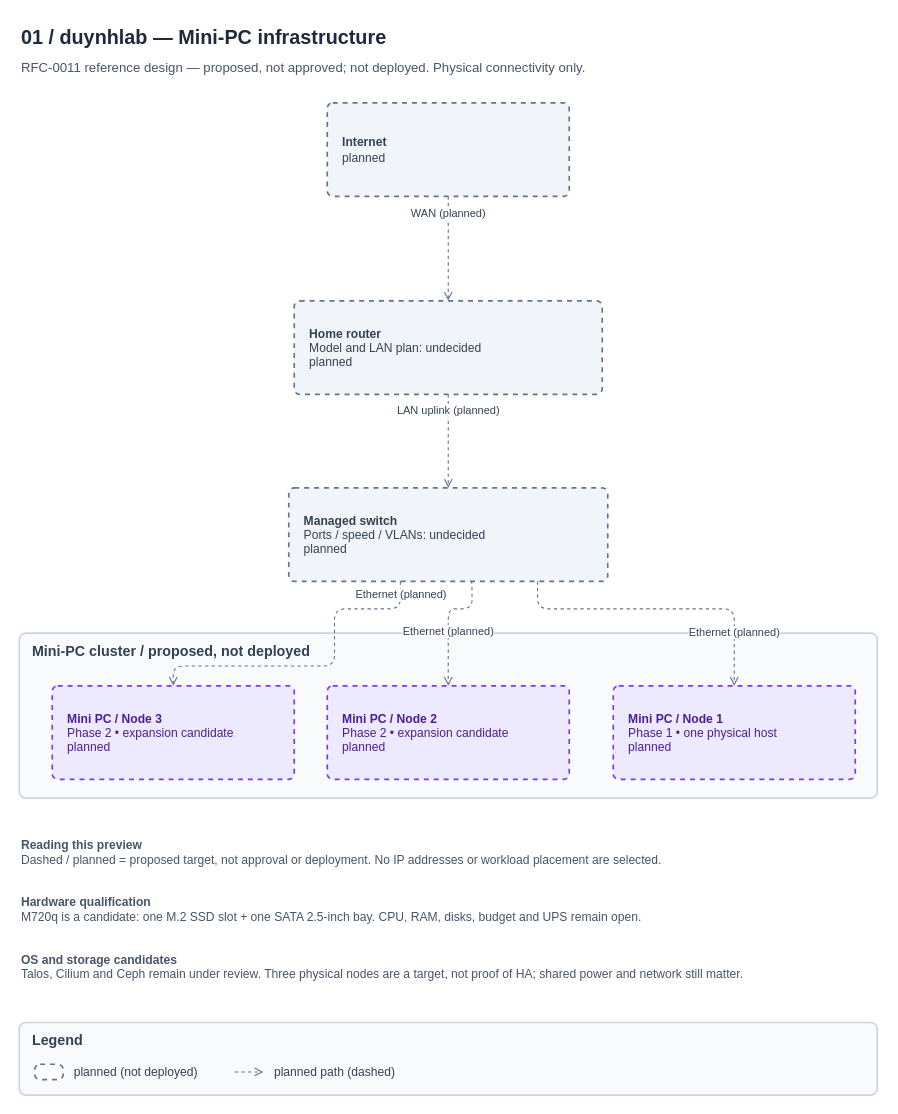
Earlier version of the draw.io diagram docs/architecture/platform/rfc0011-infrastructure.drawio (duynhlab/homelab). Source tidied: cells renumbered, new cells numbered last; positions are measured from the earlier drawing's top-left corner, leaving out a move shared by most shapes. Both pictures are drawn from the tidied source at 110%, with x=0, y=0 at pixel (19, 19).
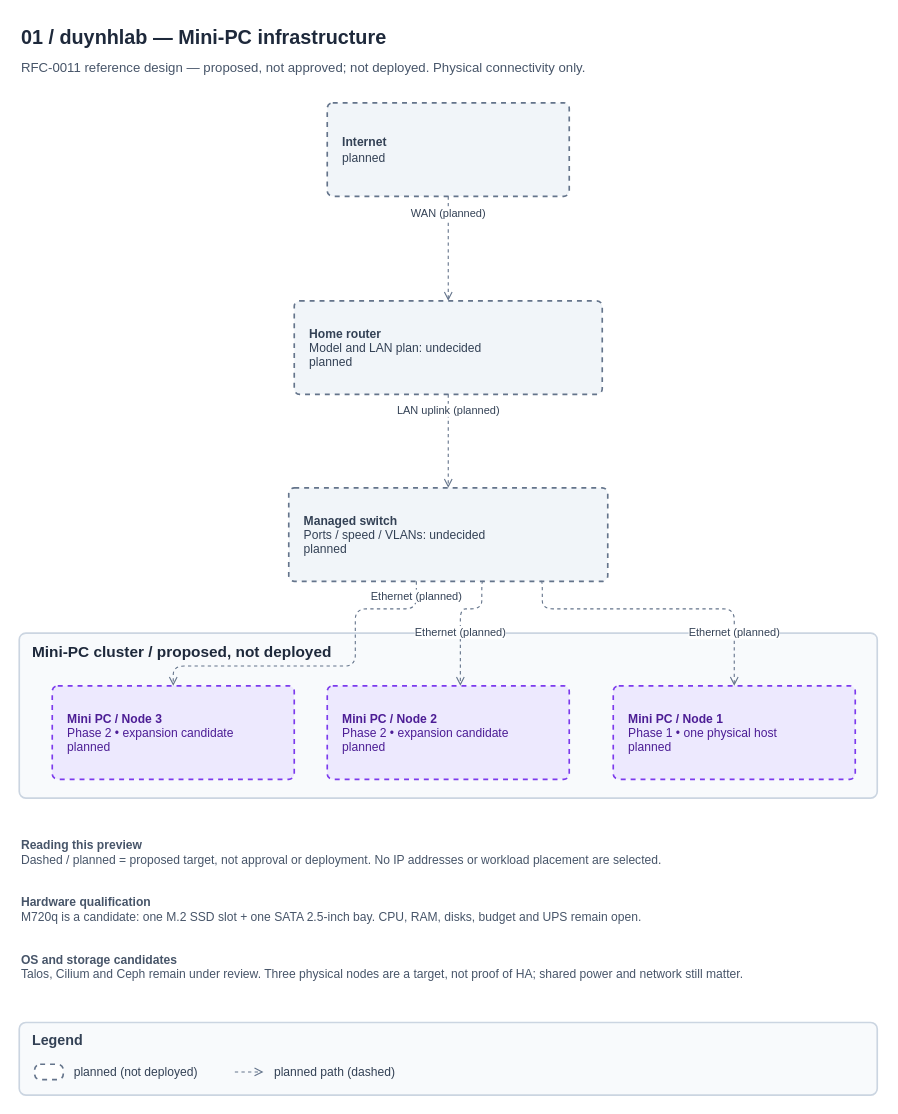
After the change.

The change refers to these unchanged cells:
```xml
<mxCell id="7" value="&lt;b&gt;Managed switch&lt;/b&gt;&lt;br&gt;Ports / speed / VLANs: undecided&lt;br&gt;planned" style="rounded=1;dashed=1;absoluteArcSize=1;arcSize=10;shadow=0;whiteSpace=wrap;html=1;align=left;spacingLeft=12;fillColor=#F1F5F9;strokeColor=#64748B;strokeWidth=1.5;fontColor=#334155;fontFamily=Helvetica;fontSize=11;" parent="1" vertex="1">
  <mxGeometry x="245" y="426" width="290" height="85" as="geometry" />
</mxCell>
<mxCell id="8" value="&lt;b&gt;Mini PC / Node 1&lt;/b&gt;&lt;br&gt;Phase 1 • one physical host&lt;br&gt;planned" style="rounded=1;dashed=1;absoluteArcSize=1;arcSize=10;shadow=0;whiteSpace=wrap;html=1;align=left;spacingLeft=12;fillColor=#EDE9FE;strokeColor=#7C3AED;strokeWidth=1.5;fontColor=#4C1D95;fontFamily=Helvetica;fontSize=11;" parent="4" vertex="1">
  <mxGeometry x="540" y="48" width="220" height="85" as="geometry" />
</mxCell>
<mxCell id="9" value="&lt;b&gt;Mini PC / Node 2&lt;/b&gt;&lt;br&gt;Phase 2 • expansion candidate&lt;br&gt;planned" style="rounded=1;dashed=1;absoluteArcSize=1;arcSize=10;shadow=0;whiteSpace=wrap;html=1;align=left;spacingLeft=12;fillColor=#EDE9FE;strokeColor=#7C3AED;strokeWidth=1.5;fontColor=#4C1D95;fontFamily=Helvetica;fontSize=11;" parent="4" vertex="1">
  <mxGeometry x="280" y="48" width="220" height="85" as="geometry" />
</mxCell>
<mxCell id="10" value="&lt;b&gt;Mini PC / Node 3&lt;/b&gt;&lt;br&gt;Phase 2 • expansion candidate&lt;br&gt;planned" style="rounded=1;dashed=1;absoluteArcSize=1;arcSize=10;shadow=0;whiteSpace=wrap;html=1;align=left;spacingLeft=12;fillColor=#EDE9FE;strokeColor=#7C3AED;strokeWidth=1.5;fontColor=#4C1D95;fontFamily=Helvetica;fontSize=11;" parent="4" vertex="1">
  <mxGeometry x="30" y="48" width="220" height="85" as="geometry" />
</mxCell>
```

Change to the diagram source:
```diff
@@
-    <mxCell id="4" value="Mini-PC cluster / proposed, not deployed" style="rounded=1;absoluteArcSize=1;arcSize=12;verticalAlign=top;html=1;fillColor=#F8FAFC;strokeColor=#CBD5E1;strokeWidth=1.5;fontColor=#334155;fontFamily=Helvetica;fontSize=13;fontStyle=1;align=left;spacingLeft=10;spacingTop=2;" parent="1" vertex="1">
+    <mxCell id="4" value="Mini-PC cluster / proposed, not deployed" style="rounded=1;absoluteArcSize=1;arcSize=12;verticalAlign=top;html=1;fillColor=#F8FAFC;strokeColor=#CBD5E1;strokeWidth=1.5;fontColor=#1E293B;fontFamily=Helvetica;fontSize=14;fontStyle=1;align=left;spacingLeft=10;spacingTop=2;" parent="1" vertex="1">
       <mxGeometry y="558" width="780" height="150" as="geometry" />
     </mxCell>
@@
-    <mxCell id="13" value="Ethernet (planned)" style="edgeStyle=orthogonalEdgeStyle;rounded=1;html=1;strokeColor=#64748B;strokeWidth=1;endArrow=open;dashed=1;fontFamily=Helvetica;fontSize=10;fontColor=#334155;labelBackgroundColor=#FFFFFF;endSize=6;exitX=0.78;exitY=1;exitDx=0;exitDy=0;entryX=0.5;entryY=0;entryDx=0;entryDy=0;" parent="1" edge="1" source="7" target="8">
+    <mxCell id="13" value="Ethernet (planned)" style="edgeStyle=orthogonalEdgeStyle;rounded=1;html=1;strokeColor=#64748B;strokeWidth=1;endArrow=open;dashed=1;fontFamily=Helvetica;fontSize=10;fontColor=#334155;labelBackgroundColor=#FFFFFF;endSize=6;exitX=0.79;exitY=1;exitDx=0;exitDy=0;entryX=0.5;entryY=0;entryDx=0;entryDy=0;" parent="1" edge="1" source="7" target="8">
       <mxGeometry x="0.64" relative="1" as="geometry">
         <Array as="points">
-          <mxPoint x="471.6" y="536" />
+          <mxPoint x="475.5" y="536" />
           <mxPoint x="650" y="536" />
         </Array>
       </mxGeometry>
     </mxCell>
-    <mxCell id="14" value="Ethernet (planned)" style="edgeStyle=orthogonalEdgeStyle;rounded=1;html=1;strokeColor=#64748B;strokeWidth=1;endArrow=open;dashed=1;fontFamily=Helvetica;fontSize=10;fontColor=#334155;labelBackgroundColor=#FFFFFF;endSize=6;exitX=0.57;exitY=1;exitDx=0;exitDy=0;entryX=0.5;entryY=0;entryDx=0;entryDy=0;" parent="1" edge="1" source="7" target="9">
-      <mxGeometry x="0.16" relative="1" as="geometry">
+    <mxCell id="14" value="Ethernet (planned)" style="edgeStyle=orthogonalEdgeStyle;rounded=1;html=1;strokeColor=#64748B;strokeWidth=1;endArrow=open;dashed=1;fontFamily=Helvetica;fontSize=10;fontColor=#334155;labelBackgroundColor=#FFFFFF;endSize=6;exitX=0.61;exitY=1;exitDx=0;exitDy=0;entryX=0.55;entryY=0;entryDx=0;entryDy=0;" parent="1" edge="1" source="7" target="9">
+      <mxGeometry x="0.15" relative="1" as="geometry">
         <Array as="points">
-          <mxPoint x="411.6" y="536" />
-          <mxPoint x="390" y="536" />
+          <mxPoint x="420.5" y="536" />
+          <mxPoint x="400.5" y="536" />
         </Array>
       </mxGeometry>
     </mxCell>
-    <mxCell id="15" value="Ethernet (planned)" style="edgeStyle=orthogonalEdgeStyle;rounded=1;html=1;strokeColor=#64748B;strokeWidth=1;endArrow=open;dashed=1;fontFamily=Helvetica;fontSize=10;fontColor=#334155;labelBackgroundColor=#FFFFFF;endSize=6;exitX=0.35;exitY=1;exitDx=0;exitDy=0;entryX=0.5;entryY=0;entryDx=0;entryDy=0;" parent="1" edge="1" source="7" target="10">
+    <mxCell id="15" value="Ethernet (planned)" style="edgeStyle=orthogonalEdgeStyle;rounded=1;html=1;strokeColor=#64748B;strokeWidth=1;endArrow=open;dashed=1;fontFamily=Helvetica;fontSize=10;fontColor=#334155;labelBackgroundColor=#FFFFFF;endSize=6;exitX=0.4;exitY=1;exitDx=0;exitDy=0;entryX=0.5;entryY=0;entryDx=0;entryDy=0;" parent="1" edge="1" source="7" target="10">
       <mxGeometry x="-0.92" relative="1" as="geometry">
         <Array as="points">
-          <mxPoint x="346.6" y="536" />
-          <mxPoint x="286.6" y="536" />
-          <mxPoint x="286.6" y="588" />
+          <mxPoint x="360.5" y="536" />
+          <mxPoint x="305.5" y="536" />
+          <mxPoint x="305.5" y="588" />
           <mxPoint x="140" y="588" />
         </Array>
       </mxGeometry>
     </mxCell>
```
